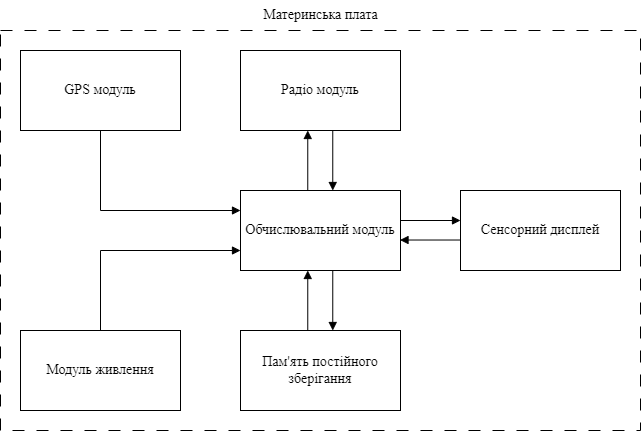
BogdanBackend/Diplom keeps this draw.io diagram as docs/sheme/structural.drawio.png. Above is the earlier version. Source tidied: cells renumbered, new cells last; positions are measured from the earlier drawing's top-left corner, leaving out a move shared by most shapes.
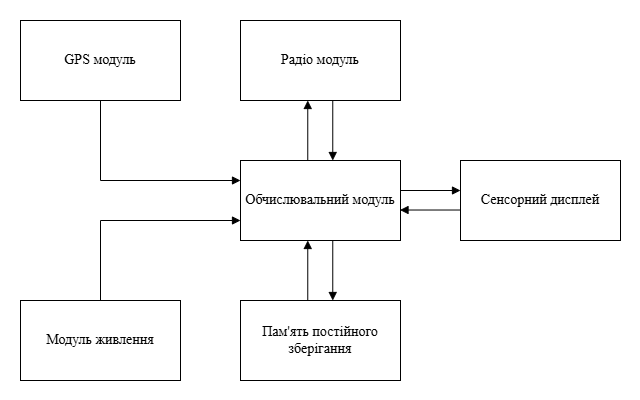
Later version of the same file.

Change to the diagram source:
```diff
@@ -2,7 +2,7 @@
   <root>
     <mxCell id="0" />
     <mxCell id="1" parent="0" />
-    <mxCell id="2" style="whiteSpace=wrap;html=1;fillColor=none;dashed=1;dashPattern=12 12;" parent="1" vertex="1">
+    <mxCell id="2" style="whiteSpace=wrap;html=1;fillColor=none;strokeColor=none;" parent="1" vertex="1">
       <mxGeometry y="30" width="640" height="400" as="geometry" />
     </mxCell>
     <mxCell id="3" value="Обчислювальний модуль" style="rounded=0;whiteSpace=wrap;html=1;fontFamily=Times New Roman;fontSize=14;" parent="1" vertex="1">
@@ -73,8 +73,5 @@
         <mxPoint x="399.5" y="239.5" as="targetPoint" />
       </mxGeometry>
     </mxCell>
-    <mxCell id="17" value="&lt;font face=&quot;Times New Roman&quot; style=&quot;font-size: 14px;&quot;&gt;Материнська плата&lt;/font&gt;" style="text;html=1;align=center;verticalAlign=middle;whiteSpace=wrap;rounded=0;" parent="1" vertex="1">
-      <mxGeometry x="242.5" width="155" height="30" as="geometry" />
-    </mxCell>
   </root>
 </mxGraphModel>
```
